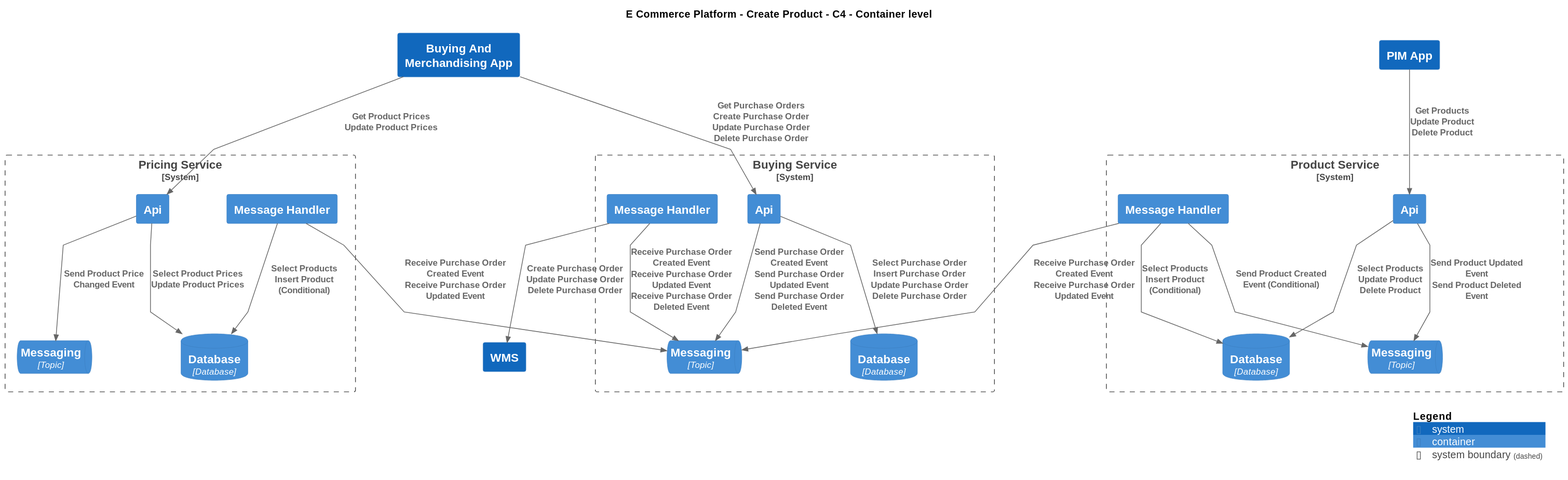
Above: Samples/E-Commerce Platform/Yaml/Diagrams/E Commerce Platform/Create Product/Container - C4.svg in mnadenysenko/C4InterFlow (PlantUML), before the change. Its diagram source:
```plantuml
@startuml
!include ..\..\.c4s\C4_Container.puml

AddElementTag("c4interflow:lifecycle:new", $bgColor=green, $fontColor=#ffffff, $borderColor=green, $shadowing="False")
AddElementTag("c4interflow:lifecycle:changed", $bgColor=orange, $fontColor=#ffffff, $borderColor=orange, $shadowing="False")
AddElementTag("c4interflow:lifecycle:removed", $bgColor=red, $fontColor=#ffffff, $borderColor=red, $shadowing="False")

AddRelTag("c4interflow:lifecycle:new", $textColor=green, $lineColor=green)
AddRelTag("c4interflow:lifecycle:changed", $textColor=orange, $lineColor=orange)
AddRelTag("c4interflow:lifecycle:removed", $textColor=red, $lineColor=red)

SHOW_PERSON_PORTRAIT()
LAYOUT_TOP_DOWN()

skinparam linetype polyline

title E Commerce Platform - Create Product - C4 - Container level

System(ECommercePlatform.CreateProduct.BuyingAndMerchandising.SoftwareSystems.BuyingAndMerchandisingApp, "Buying And Merchandising App", "")

System_Boundary(ECommercePlatform.CreateProduct.BuyingAndMerchandising.SoftwareSystems.BuyingService, "Buying Service") {
    Container(ECommercePlatform.CreateProduct.BuyingAndMerchandising.SoftwareSystems.BuyingService.Containers.Api, "Api", "", "")
    ContainerDb(ECommercePlatform.CreateProduct.BuyingAndMerchandising.SoftwareSystems.BuyingService.Containers.Database, "Database", "Database", "")
    ContainerQueue(ECommercePlatform.CreateProduct.BuyingAndMerchandising.SoftwareSystems.BuyingService.Containers.Messaging, "Messaging", "Topic", "")
    Container(ECommercePlatform.CreateProduct.BuyingAndMerchandising.SoftwareSystems.BuyingService.Containers.MessageHandler, "Message Handler", "", "")
}

System_Boundary(ECommercePlatform.CreateProduct.PriceManagement.SoftwareSystems.PricingService, "Pricing Service") {
    Container(ECommercePlatform.CreateProduct.PriceManagement.SoftwareSystems.PricingService.Containers.Api, "Api", "", "")
    ContainerDb(ECommercePlatform.CreateProduct.PriceManagement.SoftwareSystems.PricingService.Containers.Database, "Database", "Database", "")
    ContainerQueue(ECommercePlatform.CreateProduct.PriceManagement.SoftwareSystems.PricingService.Containers.Messaging, "Messaging", "Topic", "")
    Container(ECommercePlatform.CreateProduct.PriceManagement.SoftwareSystems.PricingService.Containers.MessageHandler, "Message Handler", "", "")
}
System(ECommercePlatform.CreateProduct.ProductInformationManagement.SoftwareSystems.PIMApp, "PIM App", "")

System_Boundary(ECommercePlatform.CreateProduct.ProductInformationManagement.SoftwareSystems.ProductService, "Product Service") {
    Container(ECommercePlatform.CreateProduct.ProductInformationManagement.SoftwareSystems.ProductService.Containers.Api, "Api", "", "")
    ContainerDb(ECommercePlatform.CreateProduct.ProductInformationManagement.SoftwareSystems.ProductService.Containers.Database, "Database", "Database", "")
    ContainerQueue(ECommercePlatform.CreateProduct.ProductInformationManagement.SoftwareSystems.ProductService.Containers.Messaging, "Messaging", "Topic", "")
    Container(ECommercePlatform.CreateProduct.ProductInformationManagement.SoftwareSystems.ProductService.Containers.MessageHandler, "Message Handler", "", "")
}
System(ECommercePlatform.Deliver.Fulfilment.SoftwareSystems.WMS, "WMS", "")

Rel(ECommercePlatform.CreateProduct.BuyingAndMerchandising.SoftwareSystems.BuyingAndMerchandisingApp, ECommercePlatform.CreateProduct.BuyingAndMerchandising.SoftwareSystems.BuyingService.Containers.Api, "Get Purchase Orders\nCreate Purchase Order\nUpdate Purchase Order\nDelete Purchase Order")
Rel(ECommercePlatform.CreateProduct.BuyingAndMerchandising.SoftwareSystems.BuyingService.Containers.Api, ECommercePlatform.CreateProduct.BuyingAndMerchandising.SoftwareSystems.BuyingService.Containers.Database, "Select Purchase Order\nInsert Purchase Order\nUpdate Purchase Order\nDelete Purchase Order")
Rel(ECommercePlatform.CreateProduct.BuyingAndMerchandising.SoftwareSystems.BuyingService.Containers.Api, ECommercePlatform.CreateProduct.BuyingAndMerchandising.SoftwareSystems.BuyingService.Containers.Messaging, "Send Purchase Order Created Event\nSend Purchase Order Updated Event\nSend Purchase Order Deleted Event")
Rel(ECommercePlatform.CreateProduct.BuyingAndMerchandising.SoftwareSystems.BuyingAndMerchandisingApp, ECommercePlatform.CreateProduct.PriceManagement.SoftwareSystems.PricingService.Containers.Api, "Get Product Prices\nUpdate Product Prices")
Rel(ECommercePlatform.CreateProduct.PriceManagement.SoftwareSystems.PricingService.Containers.Api, ECommercePlatform.CreateProduct.PriceManagement.SoftwareSystems.PricingService.Containers.Database, "Select Product Prices\nUpdate Product Prices")
Rel(ECommercePlatform.CreateProduct.PriceManagement.SoftwareSystems.PricingService.Containers.Api, ECommercePlatform.CreateProduct.PriceManagement.SoftwareSystems.PricingService.Containers.Messaging, "Send Product Price Changed Event")
Rel(ECommercePlatform.CreateProduct.ProductInformationManagement.SoftwareSystems.PIMApp, ECommercePlatform.CreateProduct.ProductInformationManagement.SoftwareSystems.ProductService.Containers.Api, "Get Products\nUpdate Product\nDelete Product")
Rel(ECommercePlatform.CreateProduct.ProductInformationManagement.SoftwareSystems.ProductService.Containers.Api, ECommercePlatform.CreateProduct.ProductInformationManagement.SoftwareSystems.ProductService.Containers.Database, "Select Products\nUpdate Product\nDelete Product")
Rel(ECommercePlatform.CreateProduct.ProductInformationManagement.SoftwareSystems.ProductService.Containers.Api, ECommercePlatform.CreateProduct.ProductInformationManagement.SoftwareSystems.ProductService.Containers.Messaging, "Send Product Updated Event\nSend Product Deleted Event")
Rel(ECommercePlatform.CreateProduct.BuyingAndMerchandising.SoftwareSystems.BuyingService.Containers.MessageHandler, ECommercePlatform.CreateProduct.BuyingAndMerchandising.SoftwareSystems.BuyingService.Containers.Messaging, "Receive Purchase Order Created Event\nReceive Purchase Order Updated Event\nReceive Purchase Order Deleted Event")
Rel(ECommercePlatform.CreateProduct.BuyingAndMerchandising.SoftwareSystems.BuyingService.Containers.MessageHandler, ECommercePlatform.Deliver.Fulfilment.SoftwareSystems.WMS, "Create Purchase Order\nUpdate Purchase Order\nDelete Purchase Order")
Rel(ECommercePlatform.CreateProduct.ProductInformationManagement.SoftwareSystems.ProductService.Containers.MessageHandler, ECommercePlatform.CreateProduct.BuyingAndMerchandising.SoftwareSystems.BuyingService.Containers.Messaging, "Receive Purchase Order Created Event\nReceive Purchase Order Updated Event")
Rel(ECommercePlatform.CreateProduct.ProductInformationManagement.SoftwareSystems.ProductService.Containers.MessageHandler, ECommercePlatform.CreateProduct.ProductInformationManagement.SoftwareSystems.ProductService.Containers.Database, "Select Products\nInsert Product (Conditional)")
Rel(ECommercePlatform.CreateProduct.ProductInformationManagement.SoftwareSystems.ProductService.Containers.MessageHandler, ECommercePlatform.CreateProduct.ProductInformationManagement.SoftwareSystems.ProductService.Containers.Messaging, "Send Product Created Event (Conditional)")
Rel(ECommercePlatform.CreateProduct.PriceManagement.SoftwareSystems.PricingService.Containers.MessageHandler, ECommercePlatform.CreateProduct.BuyingAndMerchandising.SoftwareSystems.BuyingService.Containers.Messaging, "Receive Purchase Order Created Event\nReceive Purchase Order Updated Event")
Rel(ECommercePlatform.CreateProduct.PriceManagement.SoftwareSystems.PricingService.Containers.MessageHandler, ECommercePlatform.CreateProduct.PriceManagement.SoftwareSystems.PricingService.Containers.Database, "Select Products\nInsert Product (Conditional)")


SHOW_LEGEND()
@enduml
```
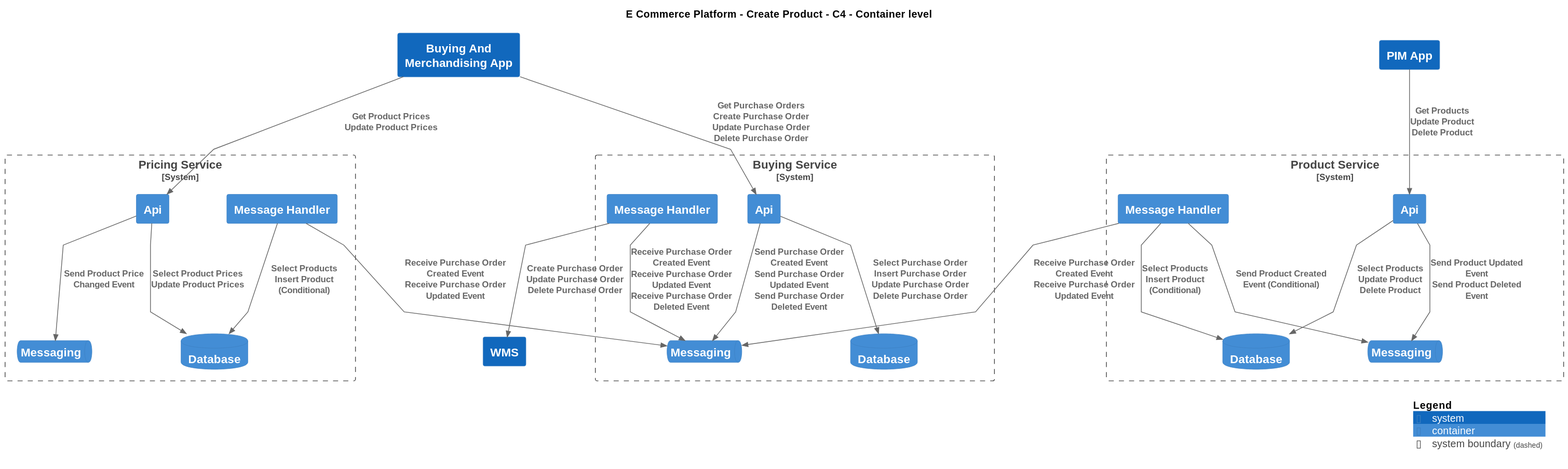
The same file after the commit.

The edit, as a diff of the source:
```diff
@@ -20,23 +20,23 @@
 
 System_Boundary(ECommercePlatform.CreateProduct.BuyingAndMerchandising.SoftwareSystems.BuyingService, "Buying Service") {
     Container(ECommercePlatform.CreateProduct.BuyingAndMerchandising.SoftwareSystems.BuyingService.Containers.Api, "Api", "", "")
-    ContainerDb(ECommercePlatform.CreateProduct.BuyingAndMerchandising.SoftwareSystems.BuyingService.Containers.Database, "Database", "Database", "")
-    ContainerQueue(ECommercePlatform.CreateProduct.BuyingAndMerchandising.SoftwareSystems.BuyingService.Containers.Messaging, "Messaging", "Topic", "")
+    ContainerDb(ECommercePlatform.CreateProduct.BuyingAndMerchandising.SoftwareSystems.BuyingService.Containers.Database, "Database", "", "")
+    ContainerQueue(ECommercePlatform.CreateProduct.BuyingAndMerchandising.SoftwareSystems.BuyingService.Containers.Messaging, "Messaging", "", "")
     Container(ECommercePlatform.CreateProduct.BuyingAndMerchandising.SoftwareSystems.BuyingService.Containers.MessageHandler, "Message Handler", "", "")
 }
 
 System_Boundary(ECommercePlatform.CreateProduct.PriceManagement.SoftwareSystems.PricingService, "Pricing Service") {
     Container(ECommercePlatform.CreateProduct.PriceManagement.SoftwareSystems.PricingService.Containers.Api, "Api", "", "")
-    ContainerDb(ECommercePlatform.CreateProduct.PriceManagement.SoftwareSystems.PricingService.Containers.Database, "Database", "Database", "")
-    ContainerQueue(ECommercePlatform.CreateProduct.PriceManagement.SoftwareSystems.PricingService.Containers.Messaging, "Messaging", "Topic", "")
+    ContainerDb(ECommercePlatform.CreateProduct.PriceManagement.SoftwareSystems.PricingService.Containers.Database, "Database", "", "")
+    ContainerQueue(ECommercePlatform.CreateProduct.PriceManagement.SoftwareSystems.PricingService.Containers.Messaging, "Messaging", "", "")
     Container(ECommercePlatform.CreateProduct.PriceManagement.SoftwareSystems.PricingService.Containers.MessageHandler, "Message Handler", "", "")
 }
 System(ECommercePlatform.CreateProduct.ProductInformationManagement.SoftwareSystems.PIMApp, "PIM App", "")
 
 System_Boundary(ECommercePlatform.CreateProduct.ProductInformationManagement.SoftwareSystems.ProductService, "Product Service") {
     Container(ECommercePlatform.CreateProduct.ProductInformationManagement.SoftwareSystems.ProductService.Containers.Api, "Api", "", "")
-    ContainerDb(ECommercePlatform.CreateProduct.ProductInformationManagement.SoftwareSystems.ProductService.Containers.Database, "Database", "Database", "")
-    ContainerQueue(ECommercePlatform.CreateProduct.ProductInformationManagement.SoftwareSystems.ProductService.Containers.Messaging, "Messaging", "Topic", "")
+    ContainerDb(ECommercePlatform.CreateProduct.ProductInformationManagement.SoftwareSystems.ProductService.Containers.Database, "Database", "", "")
+    ContainerQueue(ECommercePlatform.CreateProduct.ProductInformationManagement.SoftwareSystems.ProductService.Containers.Messaging, "Messaging", "", "")
     Container(ECommercePlatform.CreateProduct.ProductInformationManagement.SoftwareSystems.ProductService.Containers.MessageHandler, "Message Handler", "", "")
 }
 System(ECommercePlatform.Deliver.Fulfilment.SoftwareSystems.WMS, "WMS", "")
```
